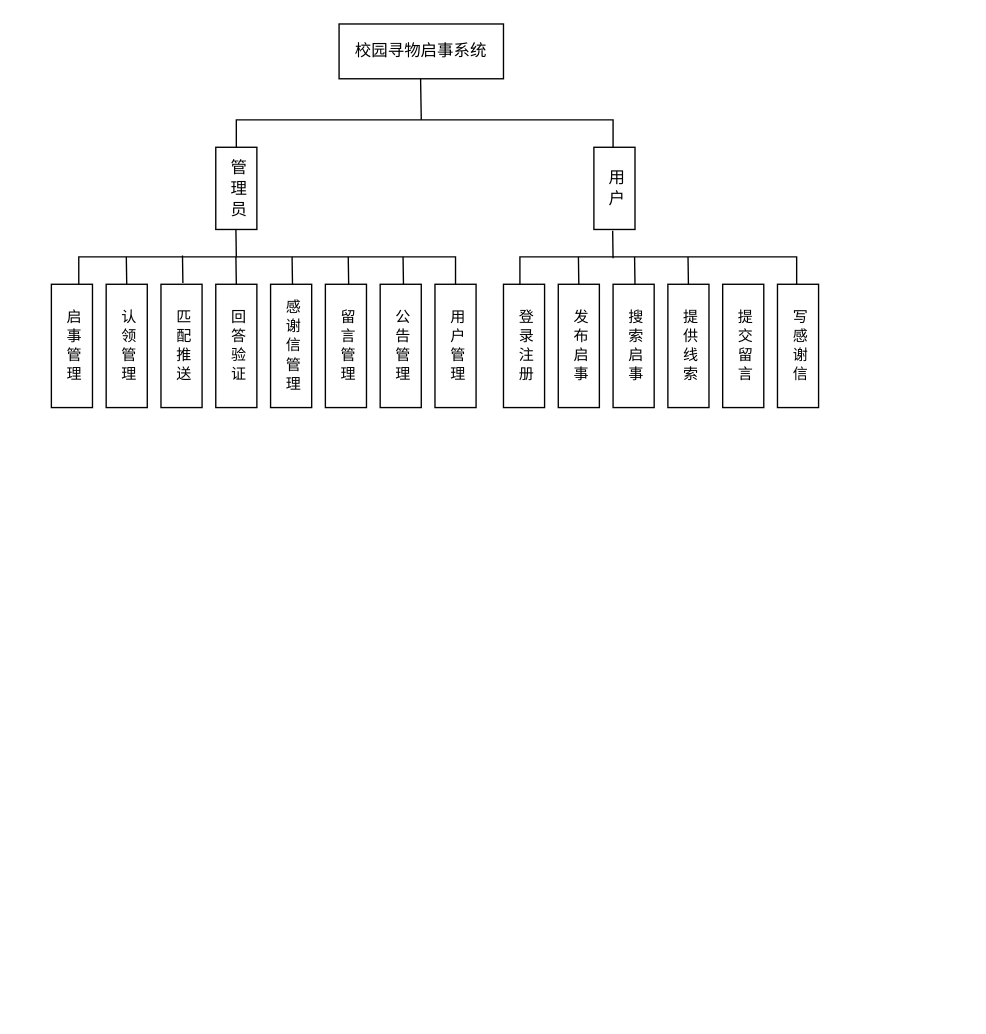
This is 未命名绘图.drawio from xin660/Typecho-A-My, a draw.io file, before an edit. Source tidied: cells renumbered, new cells numbered last; positions are measured from the earlier drawing's top-left corner, leaving out a move shared by most shapes. Both pictures are drawn from the tidied source at 137%, with x=0, y=0 at pixel (51, 23).
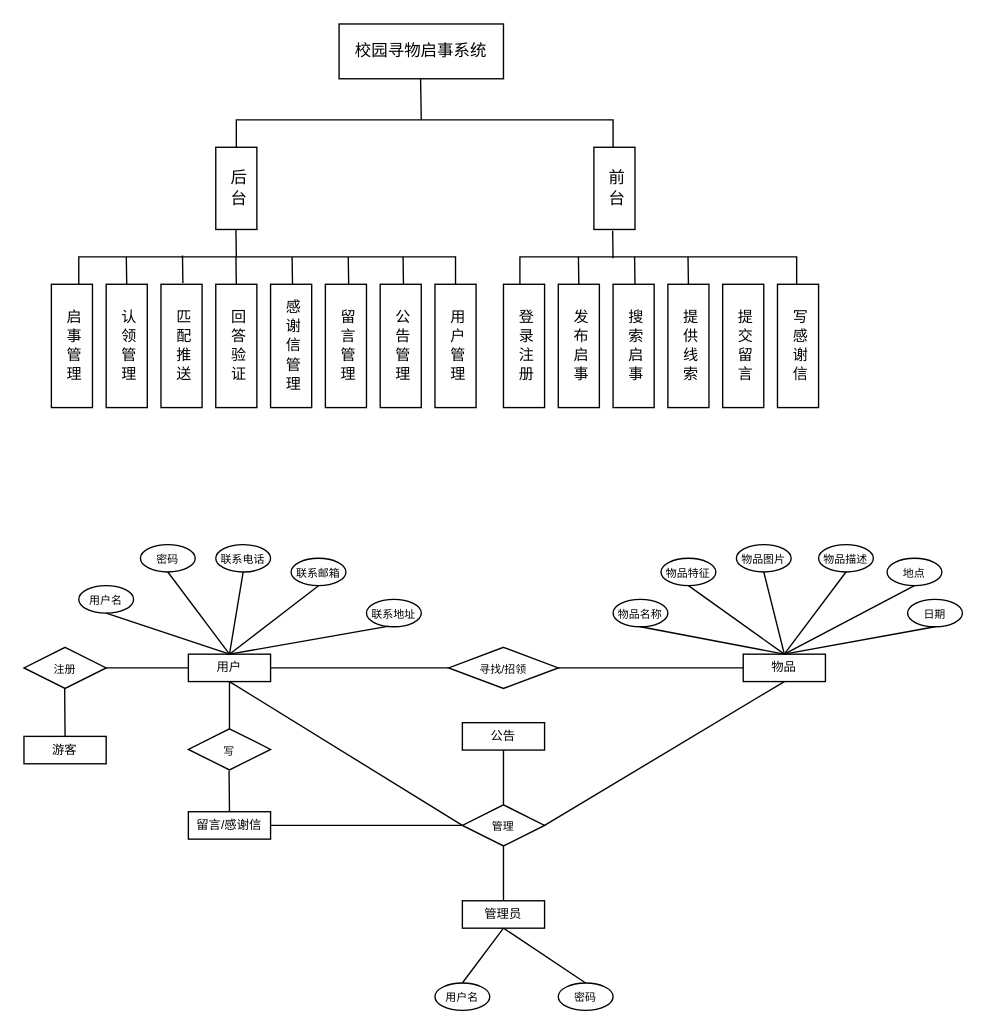
Above is the later version.

Commit message:
更新未命名绘图.drawio

Change to the diagram source:
```diff
@@
-    <mxCell id="4" value="管 理 员" style="rounded=0;align=center;verticalAlign=middle;spacingTop=0;html=1;labelPosition=center;verticalLabelPosition=middle;fontSize=12;spacing=0;spacingBottom=0;spacingLeft=0;horizontal=1;textDirection=vertical-lr;whiteSpace=wrap;" parent="1" vertex="1">
+    <mxCell id="4" value="后 台" style="rounded=0;align=center;verticalAlign=middle;spacingTop=0;html=1;labelPosition=center;verticalLabelPosition=middle;fontSize=12;spacing=0;spacingBottom=0;spacingLeft=0;horizontal=1;textDirection=vertical-lr;whiteSpace=wrap;" parent="1" vertex="1">
       <mxGeometry x="120" y="90" width="30" height="60" as="geometry" />
     </mxCell>
-    <mxCell id="5" value="用 户" style="rounded=0;align=center;verticalAlign=middle;spacingTop=0;html=1;labelPosition=center;verticalLabelPosition=middle;fontSize=12;spacing=0;spacingBottom=0;spacingLeft=0;horizontal=1;textDirection=vertical-lr;whiteSpace=wrap;" parent="1" vertex="1">
+    <mxCell id="5" value="前 台" style="rounded=0;align=center;verticalAlign=middle;spacingTop=0;html=1;labelPosition=center;verticalLabelPosition=middle;fontSize=12;spacing=0;spacingBottom=0;spacingLeft=0;horizontal=1;textDirection=vertical-lr;whiteSpace=wrap;" parent="1" vertex="1">
       <mxGeometry x="396" y="90" width="30" height="60" as="geometry" />
     </mxCell>
@@
+    <mxCell id="34" value="物品" style="rounded=0;whiteSpace=wrap;html=1;fontSize=9;" parent="1" vertex="1">
+      <mxGeometry x="505" y="460" width="60" height="20" as="geometry" />
+    </mxCell>
+    <mxCell id="35" value="&lt;span style=&quot;font-size: 8px;&quot;&gt;物品图片&lt;/span&gt;" style="ellipse;whiteSpace=wrap;html=1;" parent="1" vertex="1">
+      <mxGeometry x="500" y="380" width="40" height="20" as="geometry" />
+    </mxCell>
+    <mxCell id="36" style="endArrow=none;html=1;rounded=0;entryX=0.5;entryY=1;entryDx=0;entryDy=0;exitX=0.5;exitY=0;exitDx=0;exitDy=0;" parent="1" edge="1" source="34" target="35">
+      <mxGeometry relative="1" as="geometry" />
+    </mxCell>
+    <mxCell id="37" value="&lt;span style=&quot;font-size: 8px;&quot;&gt;物品名称&lt;/span&gt;" style="ellipse;whiteSpace=wrap;html=1;" parent="1" vertex="1">
+      <mxGeometry x="410" y="420" width="40" height="20" as="geometry" />
+    </mxCell>
+    <mxCell id="38" style="endArrow=none;html=1;rounded=0;exitX=0.5;exitY=0;exitDx=0;exitDy=0;entryX=0.5;entryY=1;entryDx=0;entryDy=0;" parent="1" edge="1" source="34" target="37">
+      <mxGeometry relative="1" as="geometry" />
+    </mxCell>
+    <mxCell id="39" value="&lt;span style=&quot;font-size: 8px;&quot;&gt;物品特征&lt;/span&gt;" style="ellipse;whiteSpace=wrap;html=1;" parent="1" vertex="1">
+      <mxGeometry x="445" y="390" width="40" height="20" as="geometry" />
+    </mxCell>
+    <mxCell id="40" style="endArrow=none;html=1;rounded=0;entryX=0.5;entryY=1;entryDx=0;entryDy=0;exitX=0.5;exitY=0;exitDx=0;exitDy=0;" parent="1" edge="1" source="34" target="39">
+      <mxGeometry relative="1" as="geometry" />
+    </mxCell>
+    <mxCell id="41" value="&lt;span style=&quot;font-size: 8px;&quot;&gt;日期&lt;/span&gt;" style="ellipse;whiteSpace=wrap;html=1;" parent="1" vertex="1">
+      <mxGeometry x="625" y="420" width="40" height="20" as="geometry" />
+    </mxCell>
+    <mxCell id="42" value="&lt;span style=&quot;font-size: 8px;&quot;&gt;地点&lt;/span&gt;" style="ellipse;whiteSpace=wrap;html=1;" parent="1" vertex="1">
+      <mxGeometry x="610" y="390" width="40" height="20" as="geometry" />
+    </mxCell>
+    <mxCell id="43" style="endArrow=none;html=1;rounded=0;entryX=0.5;entryY=1;entryDx=0;entryDy=0;exitX=0.5;exitY=0;exitDx=0;exitDy=0;" parent="1" edge="1" source="34" target="42">
+      <mxGeometry relative="1" as="geometry" />
+    </mxCell>
+    <mxCell id="44" style="endArrow=none;html=1;rounded=0;exitX=0.5;exitY=0;exitDx=0;exitDy=0;entryX=0.5;entryY=1;entryDx=0;entryDy=0;" parent="1" edge="1" source="34" target="41">
+      <mxGeometry relative="1" as="geometry" />
+    </mxCell>
+    <mxCell id="45" value="用户" style="rounded=0;whiteSpace=wrap;html=1;fontSize=9;" parent="1" vertex="1">
+      <mxGeometry x="100" y="460" width="60" height="20" as="geometry" />
+    </mxCell>
+    <mxCell id="46" value="&lt;span style=&quot;font-size: 8px;&quot;&gt;联系电话&lt;/span&gt;" style="ellipse;whiteSpace=wrap;html=1;" parent="1" vertex="1">
+      <mxGeometry x="120" y="380" width="40" height="20" as="geometry" />
+    </mxCell>
+    <mxCell id="47" style="endArrow=none;html=1;rounded=0;entryX=0.5;entryY=1;entryDx=0;entryDy=0;exitX=0.5;exitY=0;exitDx=0;exitDy=0;" parent="1" edge="1" source="45" target="46">
+      <mxGeometry relative="1" as="geometry" />
+    </mxCell>
+    <mxCell id="48" value="&lt;span style=&quot;font-size: 8px;&quot;&gt;用户名&lt;/span&gt;" style="ellipse;whiteSpace=wrap;html=1;" parent="1" vertex="1">
+      <mxGeometry x="20" y="410" width="40" height="20" as="geometry" />
+    </mxCell>
+    <mxCell id="49" style="endArrow=none;html=1;rounded=0;exitX=0.5;exitY=0;exitDx=0;exitDy=0;entryX=0.5;entryY=1;entryDx=0;entryDy=0;" parent="1" edge="1" source="45" target="48">
+      <mxGeometry relative="1" as="geometry" />
+    </mxCell>
+    <mxCell id="50" value="&lt;span style=&quot;font-size: 8px;&quot;&gt;密码&lt;/span&gt;" style="ellipse;whiteSpace=wrap;html=1;" parent="1" vertex="1">
+      <mxGeometry x="65" y="380" width="40" height="20" as="geometry" />
+    </mxCell>
+    <mxCell id="51" style="endArrow=none;html=1;rounded=0;entryX=0.5;entryY=1;entryDx=0;entryDy=0;exitX=0.5;exitY=0;exitDx=0;exitDy=0;" parent="1" edge="1" source="45" target="50">
+      <mxGeometry relative="1" as="geometry" />
+    </mxCell>
+    <mxCell id="52" value="&lt;span style=&quot;font-size: 8px;&quot;&gt;联系地址&lt;/span&gt;" style="ellipse;whiteSpace=wrap;html=1;" parent="1" vertex="1">
+      <mxGeometry x="230" y="420" width="40" height="20" as="geometry" />
+    </mxCell>
+    <mxCell id="53" value="&lt;span style=&quot;font-size: 8px;&quot;&gt;联系邮箱&lt;/span&gt;" style="ellipse;whiteSpace=wrap;html=1;" parent="1" vertex="1">
+      <mxGeometry x="175" y="390" width="40" height="20" as="geometry" />
+    </mxCell>
+    <mxCell id="54" style="endArrow=none;html=1;rounded=0;entryX=0.5;entryY=1;entryDx=0;entryDy=0;exitX=0.5;exitY=0;exitDx=0;exitDy=0;" parent="1" edge="1" source="45" target="53">
+      <mxGeometry relative="1" as="geometry" />
+    </mxCell>
+    <mxCell id="55" style="endArrow=none;html=1;rounded=0;exitX=0.5;exitY=0;exitDx=0;exitDy=0;entryX=0.411;entryY=0.976;entryDx=0;entryDy=0;entryPerimeter=0;" parent="1" edge="1" source="45" target="52">
+      <mxGeometry relative="1" as="geometry" />
+    </mxCell>
+    <mxCell id="56" style="endArrow=none;html=1;rounded=0;exitX=1;exitY=0.5;exitDx=0;exitDy=0;entryX=0;entryY=0.5;entryDx=0;entryDy=0;" parent="1" edge="1" source="45" target="57">
+      <mxGeometry relative="1" as="geometry" />
+    </mxCell>
+    <mxCell id="57" value="&lt;font style=&quot;font-size: 8px;&quot;&gt;寻找/招领&lt;/font&gt;" style="rhombus;whiteSpace=wrap;html=1;" parent="1" vertex="1">
+      <mxGeometry x="290" y="455" width="80" height="30" as="geometry" />
+    </mxCell>
+    <mxCell id="58" style="endArrow=none;html=1;rounded=0;entryX=0;entryY=0.5;entryDx=0;entryDy=0;exitX=1;exitY=0.5;exitDx=0;exitDy=0;" parent="1" edge="1" source="57" target="34">
+      <mxGeometry relative="1" as="geometry" />
+    </mxCell>
+    <mxCell id="59" value="&lt;span style=&quot;font-size: 8px;&quot;&gt;物品描述&lt;/span&gt;" style="ellipse;whiteSpace=wrap;html=1;" parent="1" vertex="1">
+      <mxGeometry x="560" y="380" width="40" height="20" as="geometry" />
+    </mxCell>
+    <mxCell id="60" style="endArrow=none;html=1;rounded=0;entryX=0.5;entryY=1;entryDx=0;entryDy=0;exitX=0.5;exitY=0;exitDx=0;exitDy=0;" parent="1" edge="1" source="34" target="59">
+      <mxGeometry relative="1" as="geometry" />
+    </mxCell>
+    <mxCell id="61" value="管理员" style="rounded=0;whiteSpace=wrap;html=1;fontSize=9;" parent="1" vertex="1">
+      <mxGeometry x="300" y="640" width="60" height="20" as="geometry" />
+    </mxCell>
+    <mxCell id="62" value="游客" style="rounded=0;whiteSpace=wrap;html=1;fontSize=9;" parent="1" vertex="1">
+      <mxGeometry x="-20" y="520" width="60" height="20" as="geometry" />
+    </mxCell>
+    <mxCell id="63" value="&lt;font style=&quot;font-size: 8px;&quot;&gt;注册&lt;/font&gt;" style="rhombus;whiteSpace=wrap;html=1;" parent="1" vertex="1">
+      <mxGeometry x="-20" y="455" width="60" height="30" as="geometry" />
+    </mxCell>
+    <mxCell id="64" style="endArrow=none;html=1;rounded=0;exitX=0;exitY=0.5;exitDx=0;exitDy=0;entryX=1;entryY=0.5;entryDx=0;entryDy=0;" parent="1" edge="1" source="45" target="63">
+      <mxGeometry relative="1" as="geometry" />
+    </mxCell>
+    <mxCell id="65" style="endArrow=none;html=1;rounded=0;exitX=0.5;exitY=1;exitDx=0;exitDy=0;entryX=0.5;entryY=0;entryDx=0;entryDy=0;" parent="1" edge="1" target="62">
+      <mxGeometry relative="1" as="geometry">
+        <mxPoint x="9.7" y="485" as="sourcePoint" />
+      </mxGeometry>
+    </mxCell>
+    <mxCell id="66" value="&lt;span style=&quot;font-size: 8px;&quot;&gt;管理&lt;/span&gt;" style="rhombus;whiteSpace=wrap;html=1;" parent="1" vertex="1">
+      <mxGeometry x="300" y="570" width="60" height="30" as="geometry" />
+    </mxCell>
+    <mxCell id="67" style="endArrow=none;html=1;rounded=0;exitX=0.5;exitY=1;exitDx=0;exitDy=0;entryX=0;entryY=0.5;entryDx=0;entryDy=0;" parent="1" edge="1" source="45" target="66">
+      <mxGeometry relative="1" as="geometry" />
+    </mxCell>
+    <mxCell id="68" style="endArrow=none;html=1;rounded=0;exitX=0.5;exitY=1;exitDx=0;exitDy=0;entryX=0.5;entryY=0;entryDx=0;entryDy=0;" parent="1" edge="1" source="66" target="61">
+      <mxGeometry relative="1" as="geometry" />
+    </mxCell>
+    <mxCell id="69" style="endArrow=none;html=1;rounded=0;exitX=1;exitY=0.5;exitDx=0;exitDy=0;entryX=0.5;entryY=1;entryDx=0;entryDy=0;" parent="1" edge="1" source="66" target="34">
+      <mxGeometry relative="1" as="geometry" />
+    </mxCell>
+    <mxCell id="70" value="&lt;span style=&quot;font-size: 8px;&quot;&gt;用户名&lt;/span&gt;" style="ellipse;whiteSpace=wrap;html=1;" parent="1" vertex="1">
+      <mxGeometry x="280" y="700" width="40" height="20" as="geometry" />
+    </mxCell>
+    <mxCell id="71" value="&lt;span style=&quot;font-size: 8px;&quot;&gt;密码&lt;/span&gt;" style="ellipse;whiteSpace=wrap;html=1;" parent="1" vertex="1">
+      <mxGeometry x="370" y="700" width="40" height="20" as="geometry" />
+    </mxCell>
+    <mxCell id="72" style="endArrow=none;html=1;rounded=0;exitX=0.5;exitY=0;exitDx=0;exitDy=0;" parent="1" edge="1" source="70">
+      <mxGeometry relative="1" as="geometry">
+        <mxPoint x="330" y="660" as="targetPoint" />
+      </mxGeometry>
+    </mxCell>
+    <mxCell id="73" style="endArrow=none;html=1;rounded=0;exitX=0.5;exitY=0;exitDx=0;exitDy=0;" parent="1" edge="1" source="71">
+      <mxGeometry relative="1" as="geometry">
+        <mxPoint x="330" y="660" as="targetPoint" />
+      </mxGeometry>
+    </mxCell>
+    <mxCell id="74" value="公告" style="rounded=0;whiteSpace=wrap;html=1;fontSize=9;" parent="1" vertex="1">
+      <mxGeometry x="300" y="510" width="60" height="20" as="geometry" />
+    </mxCell>
+    <mxCell id="75" value="留言/感谢信" style="rounded=0;whiteSpace=wrap;html=1;fontSize=9;" parent="1" vertex="1">
+      <mxGeometry x="100" y="575" width="60" height="20" as="geometry" />
+    </mxCell>
+    <mxCell id="76" style="endArrow=none;html=1;rounded=0;exitX=0.5;exitY=1;exitDx=0;exitDy=0;entryX=0.5;entryY=0;entryDx=0;entryDy=0;" parent="1" edge="1">
+      <mxGeometry relative="1" as="geometry">
+        <mxPoint x="330" y="530" as="sourcePoint" />
+        <mxPoint x="330" y="570" as="targetPoint" />
+      </mxGeometry>
+    </mxCell>
+    <mxCell id="77" value="&lt;span style=&quot;font-size: 8px;&quot;&gt;写&lt;/span&gt;" style="rhombus;whiteSpace=wrap;html=1;" parent="1" vertex="1">
+      <mxGeometry x="100" y="514.5" width="60" height="30" as="geometry" />
+    </mxCell>
+    <mxCell id="78" style="endArrow=none;html=1;rounded=0;exitX=0.5;exitY=1;exitDx=0;exitDy=0;entryX=0.5;entryY=0;entryDx=0;entryDy=0;" parent="1" edge="1" source="45" target="77">
+      <mxGeometry relative="1" as="geometry" />
+    </mxCell>
+    <mxCell id="79" style="endArrow=none;html=1;rounded=0;entryX=0;entryY=0.5;entryDx=0;entryDy=0;exitX=1;exitY=0.5;exitDx=0;exitDy=0;" parent="1" edge="1" source="75" target="66">
+      <mxGeometry relative="1" as="geometry" />
+    </mxCell>
+    <mxCell id="80" style="endArrow=none;html=1;rounded=0;exitX=0.5;exitY=1;exitDx=0;exitDy=0;entryX=0.5;entryY=0;entryDx=0;entryDy=0;" parent="1" edge="1" target="75">
+      <mxGeometry relative="1" as="geometry">
+        <mxPoint x="129.7" y="545" as="sourcePoint" />
+      </mxGeometry>
+    </mxCell>
```
